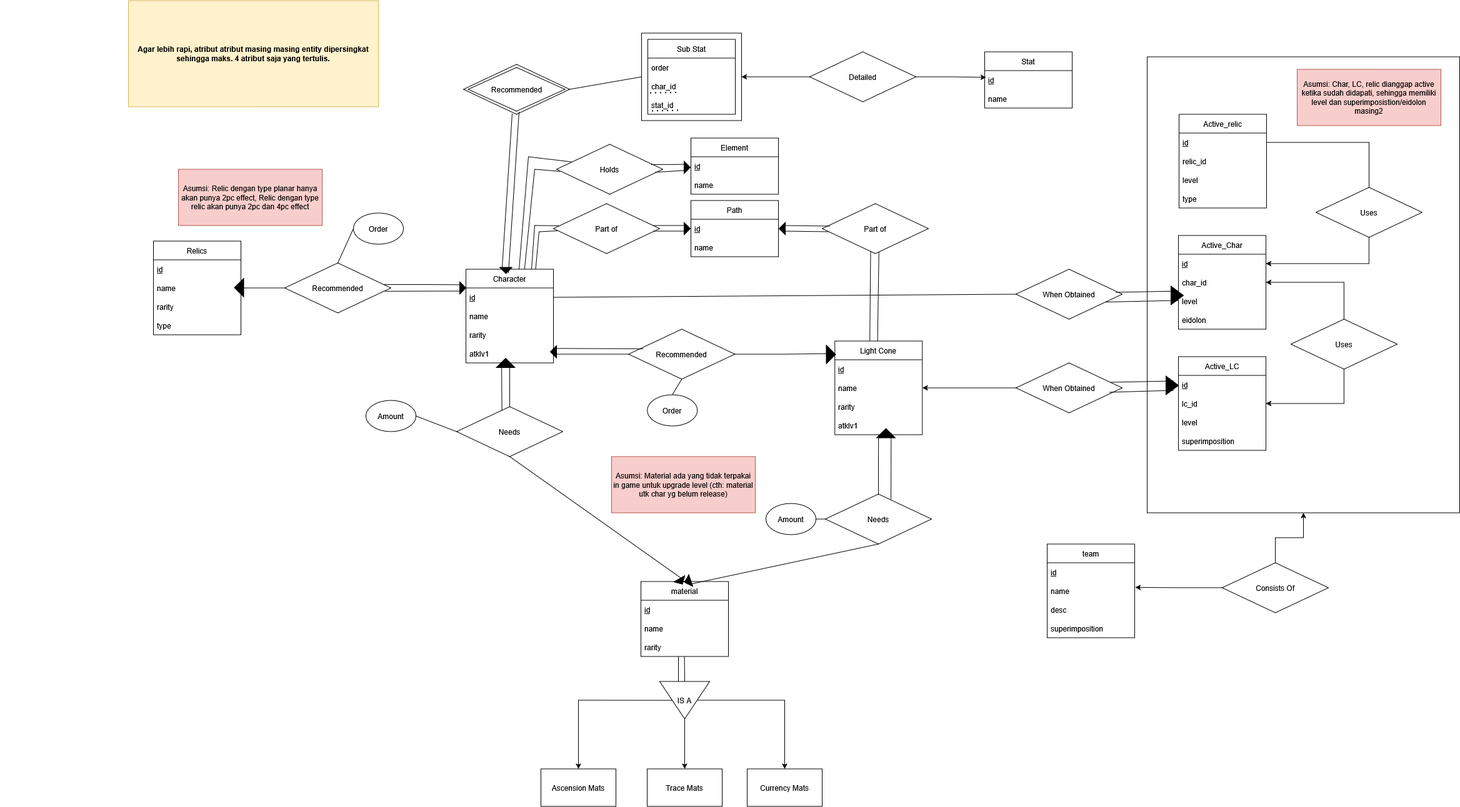
Before: Data Storing/design/ERD.png, a diagram exported from draw.io (SomeonesDads/Seleksi-2026-Tugas-1). Source tidied: cells renumbered, new cells last; positions are measured from the earlier drawing's top-left corner, leaving out a move shared by most shapes.
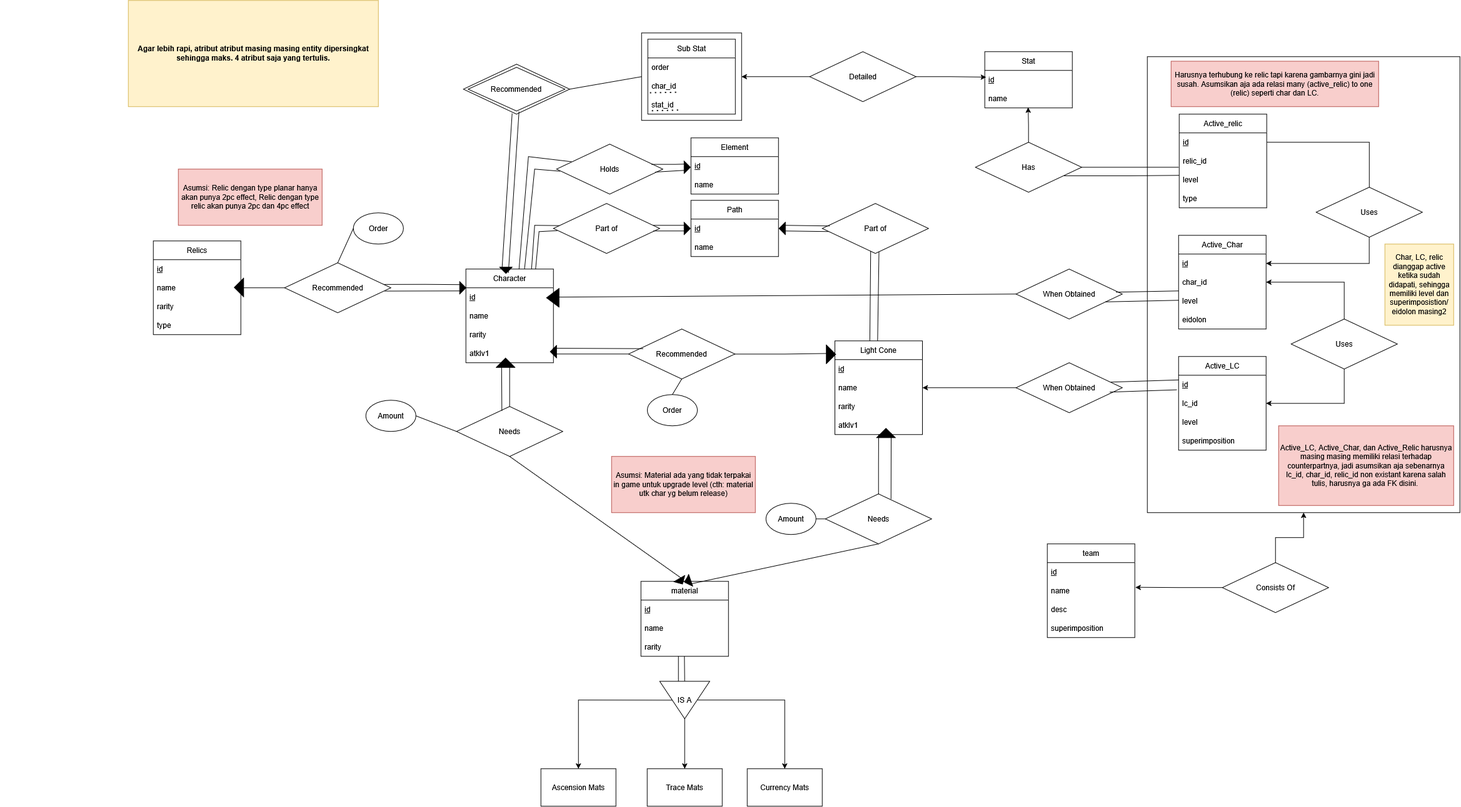
After the commit.

What changed in the source:
```diff
@@ -410,24 +410,19 @@
         <mxPoint x="1885" y="480" as="targetPoint" />
       </mxGeometry>
     </mxCell>
-    <mxCell id="117" style="triangle;whiteSpace=wrap;html=1;fillColor=#000000;rotation=0;" parent="1" vertex="1">
-      <mxGeometry x="1873" y="457" width="20" height="30" as="geometry" />
+    <mxCell id="117" style="triangle;whiteSpace=wrap;html=1;fillColor=#000000;rotation=-180;" parent="1" vertex="1">
+      <mxGeometry x="874" y="461" width="20" height="30" as="geometry" />
     </mxCell>
-    <mxCell id="118" style="endArrow=none;html=1;rounded=0;entryX=0;entryY=0.5;entryDx=0;entryDy=0;" parent="1" edge="1">
+    <mxCell id="118" style="endArrow=none;html=1;rounded=0;entryX=0;entryY=0.25;entryDx=0;entryDy=0;" parent="1" edge="1" target="101">
       <mxGeometry relative="1" as="geometry">
         <mxPoint x="1777" y="611" as="sourcePoint" />
-        <mxPoint x="1877" y="609" as="targetPoint" />
       </mxGeometry>
     </mxCell>
-    <mxCell id="119" style="endArrow=none;html=1;rounded=0;entryX=0;entryY=0.5;entryDx=0;entryDy=0;" parent="1" edge="1">
+    <mxCell id="119" style="endArrow=none;html=1;rounded=0;entryX=-0.021;entryY=0.778;entryDx=0;entryDy=0;entryPerimeter=0;" parent="1" edge="1" target="102">
       <mxGeometry relative="1" as="geometry">
         <mxPoint x="1775" y="627" as="sourcePoint" />
-        <mxPoint x="1877" y="624" as="targetPoint" />
       </mxGeometry>
     </mxCell>
-    <mxCell id="120" style="triangle;whiteSpace=wrap;html=1;fillColor=#000000;rotation=0;" parent="1" vertex="1">
-      <mxGeometry x="1865" y="601" width="20" height="30" as="geometry" />
-    </mxCell>
     <mxCell id="121" style="edgeStyle=orthogonalEdgeStyle;rounded=0;jettySize=auto;html=1;entryX=1;entryY=0.5;entryDx=0;entryDy=0;" parent="1" edge="1" source="123" target="103">
       <mxGeometry relative="1" as="geometry" />
     </mxCell>
@@ -461,8 +456,8 @@
     <mxCell id="131" style="edgeStyle=orthogonalEdgeStyle;rounded=0;jettySize=auto;html=1;entryX=1.006;entryY=0.319;entryDx=0;entryDy=0;entryPerimeter=0;" parent="1" edge="1" source="130" target="126">
       <mxGeometry relative="1" as="geometry" />
     </mxCell>
-    <mxCell id="132" value="Asumsi: Char, LC, relic dianggap active ketika sudah didapati, sehingga memiliki level dan superimposistion/eidolon masing2" style="whiteSpace=wrap;html=1;fillColor=#f8cecc;strokeColor=#b85450;" parent="1" vertex="1">
-      <mxGeometry x="2075" y="110" width="230" height="90" as="geometry" />
+    <mxCell id="132" value="Char, LC, relic dianggap active ketika sudah didapati, sehingga memiliki level dan superimposistion/eidolon masing2" style="whiteSpace=wrap;html=1;fillColor=#fff2cc;strokeColor=#d6b656;" parent="1" vertex="1">
+      <mxGeometry x="2215" y="390" width="110" height="130" as="geometry" />
     </mxCell>
     <mxCell id="133" value="Stat" style="swimlane;fontStyle=0;horizontal=1;startSize=30;whiteSpace=wrap;html=1;" parent="1" vertex="1">
       <mxGeometry x="1575" y="82" width="140" height="90" as="geometry" />
@@ -530,5 +525,27 @@
     <mxCell id="154" style="triangle;whiteSpace=wrap;html=1;fillColor=#000000;rotation=-180;" parent="1" vertex="1">
       <mxGeometry x="374.5" y="444.5" width="15" height="30" as="geometry" />
     </mxCell>
+    <mxCell id="155" value="Active_LC, Active_Char, dan Active_Relic harusnya masing masing memiliki relasi terhadap counterpartnya, jadi asumsikan aja sebenarnya lc_id, char_id, relic_id non existant karena salah tulis, harusnya ga ada FK disini.&amp;nbsp;" style="whiteSpace=wrap;html=1;fillColor=#f8cecc;strokeColor=#b85450;" parent="1" vertex="1">
+      <mxGeometry x="2045" y="681" width="280" height="127.5" as="geometry" />
+    </mxCell>
+    <mxCell id="156" value="Harusnya terhubung ke relic tapi karena gambarnya gini jadi susah. Asumsikan aja ada relasi many (active_relic) to one (relic) seperti char dan LC." style="whiteSpace=wrap;html=1;fillColor=#f8cecc;strokeColor=#b85450;" parent="1" vertex="1">
+      <mxGeometry x="1873" y="97.2" width="332" height="72.8" as="geometry" />
+    </mxCell>
+    <mxCell id="157" value="Has" style="rhombus;whiteSpace=wrap;html=1;" parent="1" vertex="1">
+      <mxGeometry x="1560" y="227" width="170" height="80" as="geometry" />
+    </mxCell>
+    <mxCell id="158" style="edgeStyle=orthogonalEdgeStyle;rounded=0;jettySize=auto;html=1;exitX=0.5;exitY=0;exitDx=0;exitDy=0;entryX=0.496;entryY=0.971;entryDx=0;entryDy=0;entryPerimeter=0;endArrow=classic;endFill=1;" parent="1" edge="1" source="157" target="135">
+      <mxGeometry relative="1" as="geometry" />
+    </mxCell>
+    <mxCell id="159" style="edgeStyle=orthogonalEdgeStyle;rounded=0;jettySize=auto;html=1;endArrow=none;endFill=0;" parent="1" edge="1" source="157">
+      <mxGeometry relative="1" as="geometry">
+        <mxPoint x="1885" y="267" as="targetPoint" />
+      </mxGeometry>
+    </mxCell>
+    <mxCell id="160" style="edgeStyle=orthogonalEdgeStyle;rounded=0;jettySize=auto;html=1;endArrow=none;endFill=0;exitX=0.833;exitY=0.671;exitDx=0;exitDy=0;exitPerimeter=0;" parent="1" edge="1" source="157">
+      <mxGeometry relative="1" as="geometry">
+        <mxPoint x="1886" y="280" as="targetPoint" />
+      </mxGeometry>
+    </mxCell>
   </root>
 </mxGraphModel>
```
